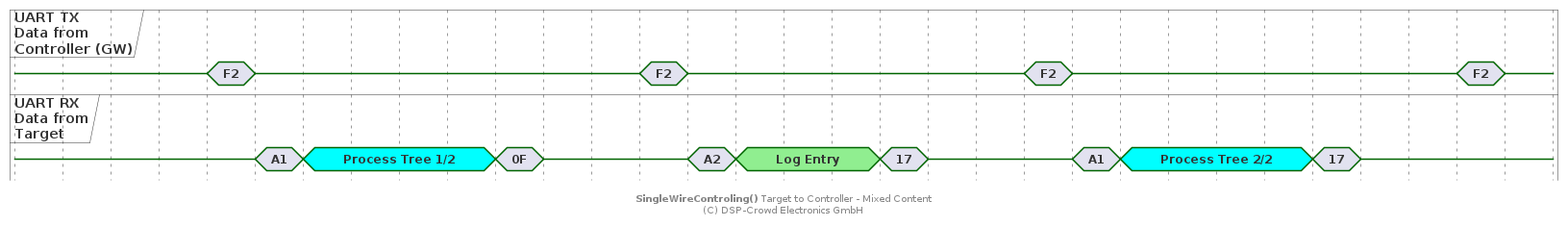
Before: doc/system/protocol/A4_swt-target-to-ctrl_cut.png, a diagram exported from PlantUML (NoOrientationProgramming/code-orb).
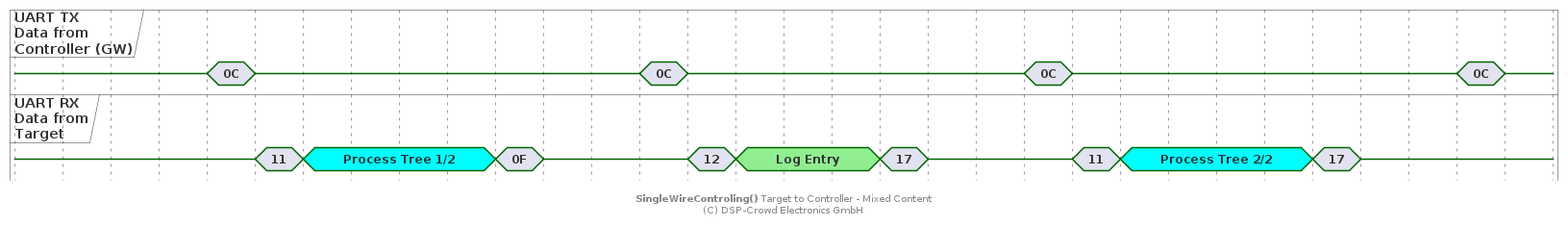
After the change.

Diff of the diagram source:
```diff
@@ -14,11 +14,11 @@
 tar is {-}
 
 @+20
-ctrl is "F2"
+ctrl is "0C"
 
 @+20
 ctrl is {-}
-tar is "A1"
+tar is "11"
 
 @+20
 tar is "Process Tree 1/2" #cyan
@@ -30,11 +30,11 @@
 tar is {-}
 
 @+40
-ctrl is "F2"
+ctrl is "0C"
 
 @+20
 ctrl is {-}
-tar is "A2"
+tar is "12"
 
 @+20
 tar is "Log Entry" #lightgreen
@@ -46,11 +46,11 @@
 tar is {-}
 
 @+40
-ctrl is "F2"
+ctrl is "0C"
 
 @+20
 ctrl is {-}
-tar is "A1"
+tar is "11"
 
 @+20
 tar is "Process Tree 2/2" #cyan
@@ -62,7 +62,7 @@
 tar is {-}
 
 @+40
-ctrl is "F2"
+ctrl is "0C"
 
 @+20
 ctrl is {-}
```
